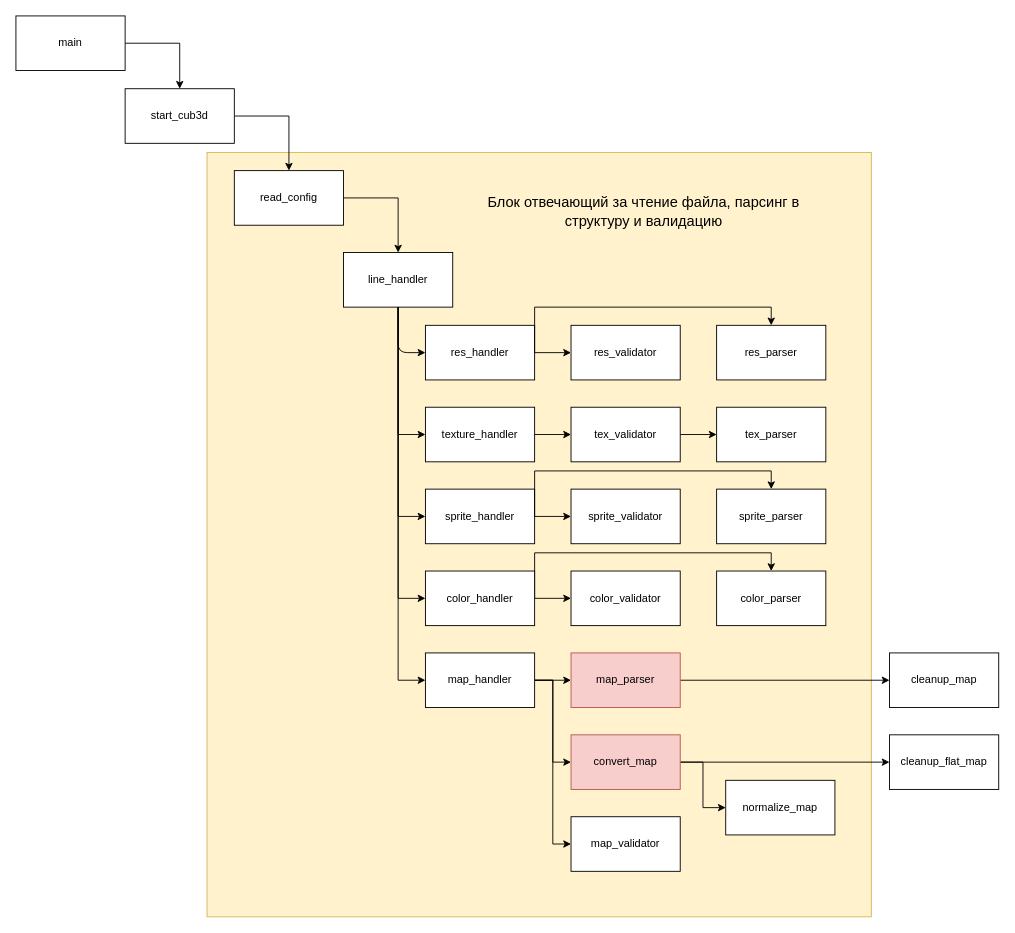
This is cub3d_func_structure.drawio from AmmoMax/cub3d, a draw.io file, before an edit. Source tidied: cells renumbered, new cells numbered last; positions are measured from the earlier drawing's top-left corner, leaving out a move shared by most shapes. Both pictures are drawn from the tidied source at 91%, with x=0, y=0 at pixel (15, 15).
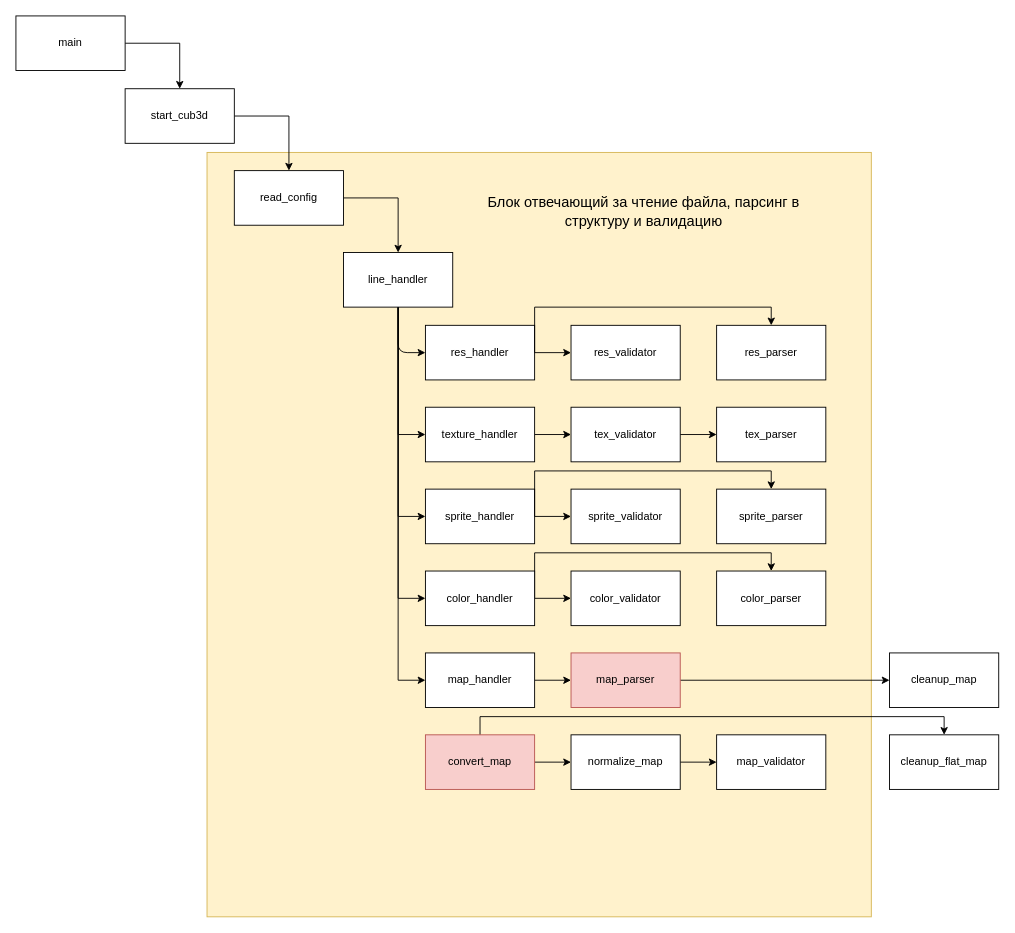
The same diagram, later.

The change refers to these unchanged cells:
```xml
<mxCell id="25" value="&lt;div&gt;map_handler&lt;/div&gt;" style="rounded=0;whiteSpace=wrap;html=1;" parent="1" vertex="1">
  <mxGeometry x="450" y="700" width="120" height="60" as="geometry" />
</mxCell>
<mxCell id="47" value="&lt;div&gt;cleanup_flat_map&lt;/div&gt;" style="rounded=0;whiteSpace=wrap;html=1;" parent="1" vertex="1">
  <mxGeometry x="960" y="790" width="120" height="60" as="geometry" />
</mxCell>
```

Change to the diagram source:
```diff
@@
-    <mxCell id="23" style="edgeStyle=orthogonalEdgeStyle;rounded=0;jettySize=auto;html=1;exitX=1;exitY=0.5;exitDx=0;exitDy=0;entryX=0;entryY=0.5;entryDx=0;entryDy=0;" parent="1" edge="1" source="25" target="43">
-      <mxGeometry relative="1" as="geometry" />
-    </mxCell>
-    <mxCell id="24" style="edgeStyle=orthogonalEdgeStyle;rounded=0;jettySize=auto;html=1;exitX=1;exitY=0.5;exitDx=0;exitDy=0;entryX=0;entryY=0.5;entryDx=0;entryDy=0;" parent="1" edge="1" source="25" target="44">
-      <mxGeometry relative="1" as="geometry" />
-    </mxCell>
@@
+    <mxCell id="42" style="edgeStyle=orthogonalEdgeStyle;rounded=0;jettySize=auto;html=1;exitX=1;exitY=0.5;exitDx=0;exitDy=0;entryX=0;entryY=0.5;entryDx=0;entryDy=0;" parent="1" edge="1" source="43" target="48">
+      <mxGeometry relative="1" as="geometry" />
+    </mxCell>
-    <mxCell id="41" style="edgeStyle=orthogonalEdgeStyle;rounded=0;jettySize=auto;html=1;exitX=1;exitY=0.5;exitDx=0;exitDy=0;entryX=0;entryY=0.5;entryDx=0;entryDy=0;" parent="1" edge="1" source="43" target="47">
+    <mxCell id="41" style="edgeStyle=orthogonalEdgeStyle;rounded=0;jettySize=auto;html=1;exitX=0.5;exitY=0;exitDx=0;exitDy=0;entryX=0.5;entryY=0;entryDx=0;entryDy=0;" parent="1" edge="1" source="43" target="47">
       <mxGeometry relative="1" as="geometry" />
     </mxCell>
-    <mxCell id="42" style="edgeStyle=orthogonalEdgeStyle;rounded=0;jettySize=auto;html=1;exitX=1;exitY=0.5;exitDx=0;exitDy=0;entryX=0;entryY=0.5;entryDx=0;entryDy=0;" parent="1" edge="1" source="43" target="48">
-      <mxGeometry relative="1" as="geometry" />
-    </mxCell>
     <mxCell id="43" value="&lt;div&gt;convert_map&lt;/div&gt;" style="rounded=0;whiteSpace=wrap;html=1;fillColor=#f8cecc;strokeColor=#b85450;" parent="1" vertex="1">
-      <mxGeometry x="610" y="790" width="120" height="60" as="geometry" />
+      <mxGeometry x="450" y="790" width="120" height="60" as="geometry" />
     </mxCell>
     <mxCell id="44" value="map_validator" style="rounded=0;whiteSpace=wrap;html=1;" parent="1" vertex="1">
-      <mxGeometry x="610" y="880" width="120" height="60" as="geometry" />
+      <mxGeometry x="770" y="790" width="120" height="60" as="geometry" />
     </mxCell>
@@
+    <mxCell id="49" style="edgeStyle=orthogonalEdgeStyle;rounded=0;jettySize=auto;html=1;exitX=1;exitY=0.5;exitDx=0;exitDy=0;entryX=0;entryY=0.5;entryDx=0;entryDy=0;" parent="1" edge="1" source="48" target="44">
+      <mxGeometry relative="1" as="geometry" />
+    </mxCell>
     <mxCell id="48" value="normalize_map" style="rounded=0;whiteSpace=wrap;html=1;shadow=0;glass=0;sketch=0;" parent="1" vertex="1">
-      <mxGeometry x="780" y="840" width="120" height="60" as="geometry" />
+      <mxGeometry x="610" y="790" width="120" height="60" as="geometry" />
     </mxCell>
```
